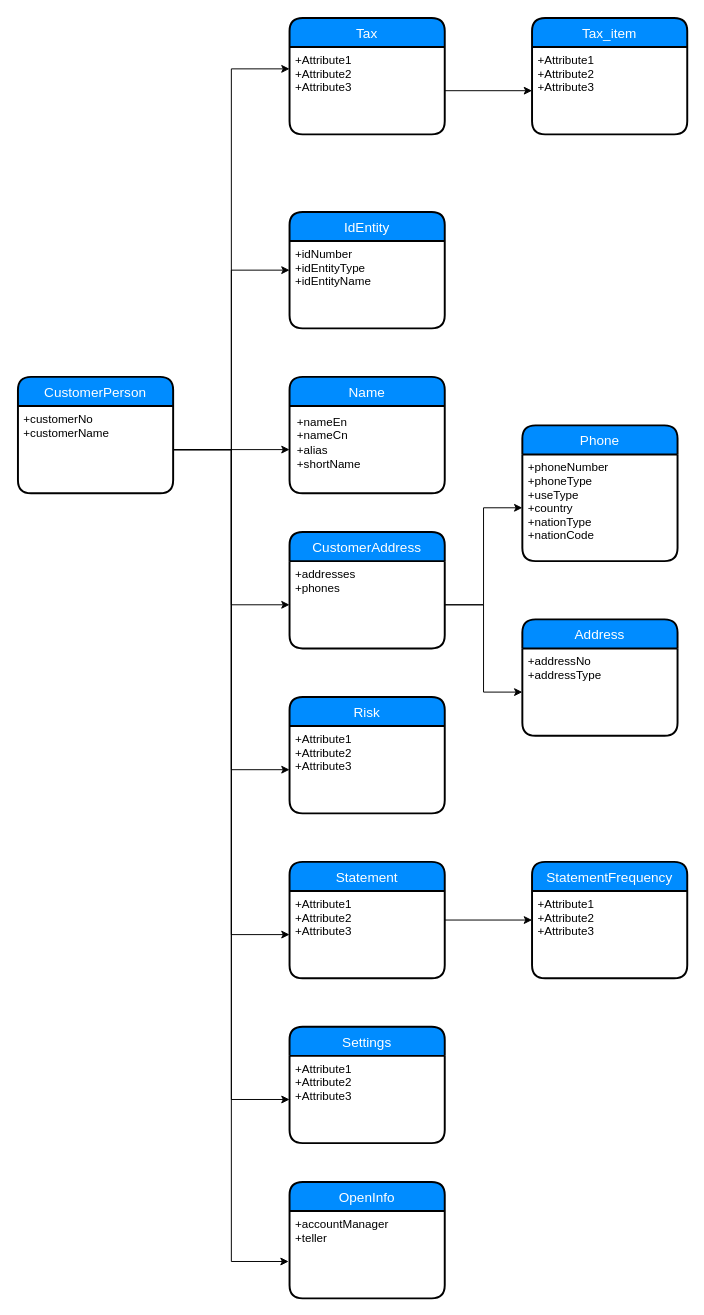
Earlier version of the draw.io diagram page "第 7 页" (7 of 7) of 核心前置系统.drawio (sam1982/draw). Source tidied: cells renumbered, new cells numbered last; positions are measured from the earlier drawing's top-left corner, leaving out a move shared by most shapes. Both pictures are drawn from the tidied source at 97%, with x=0, y=0 at pixel (17, 17).
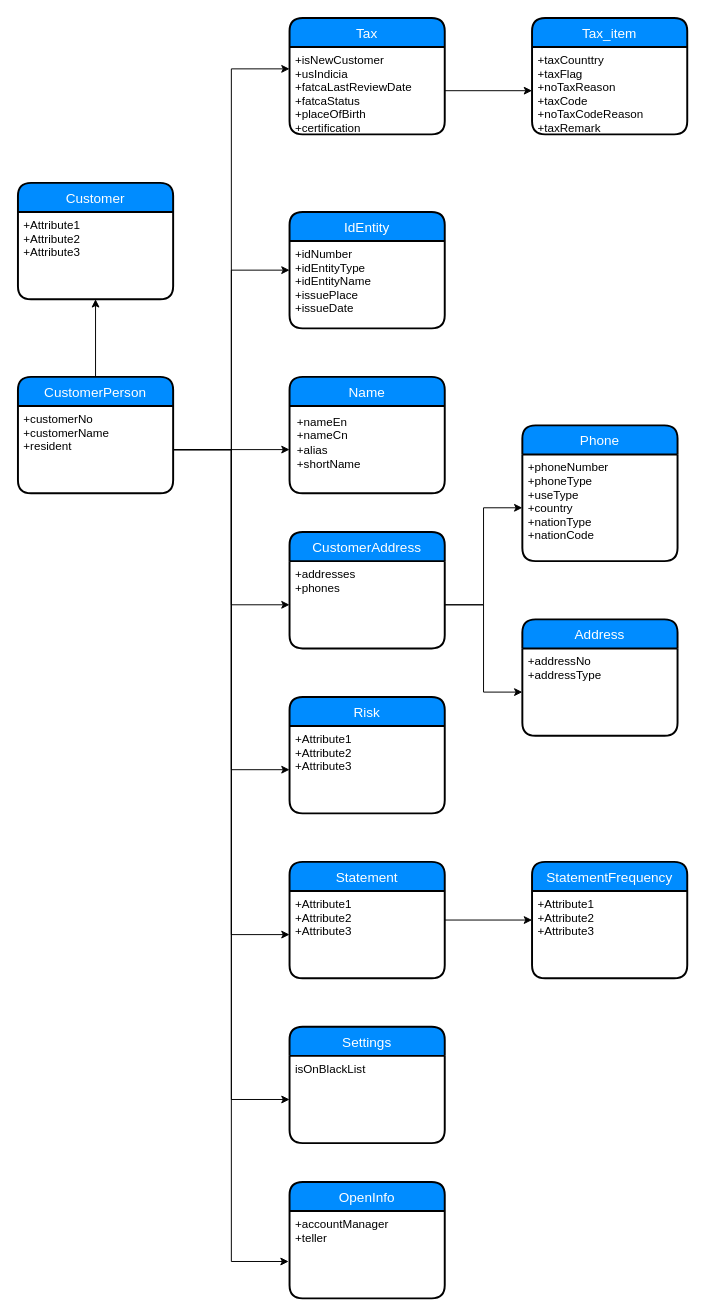
Above is the later version.

Commit message (it also covers changes not shown here):
更新核心前置系统.drawio

The change refers to these unchanged cells:
```xml
<mxCell id="4" value="CustomerPerson" style="swimlane;horizontal=1;startSize=30;fillColor=#008cff;fontColor=#FFFFFF;rounded=1;fontSize=14;fontStyle=0;strokeWidth=2;shadow=0;dashed=0;align=center;" parent="1" vertex="1">
  <mxGeometry y="370" width="160" height="120" as="geometry" />
</mxCell>
<mxCell id="13" value="IdEntity" style="swimlane;horizontal=1;startSize=30;fillColor=#008cff;fontColor=#FFFFFF;rounded=1;fontSize=14;fontStyle=0;strokeWidth=2;shadow=0;dashed=0;align=center;" parent="1" vertex="1">
  <mxGeometry x="280" y="200" width="160" height="120" as="geometry" />
</mxCell>
<mxCell id="24" value="Settings" style="swimlane;horizontal=1;startSize=30;fillColor=#008cff;fontColor=#FFFFFF;rounded=1;fontSize=14;fontStyle=0;strokeWidth=2;shadow=0;dashed=0;align=center;" parent="1" vertex="1">
  <mxGeometry x="280" y="1040" width="160" height="120" as="geometry" />
</mxCell>
<mxCell id="28" value="Tax" style="swimlane;horizontal=1;startSize=30;fillColor=#008cff;fontColor=#FFFFFF;rounded=1;fontSize=14;fontStyle=0;strokeWidth=2;shadow=0;dashed=0;align=center;" parent="1" vertex="1">
  <mxGeometry x="280" width="160" height="120" as="geometry" />
</mxCell>
<mxCell id="30" value="Tax_item" style="swimlane;horizontal=1;startSize=30;fillColor=#008cff;fontColor=#FFFFFF;rounded=1;fontSize=14;fontStyle=0;strokeWidth=2;shadow=0;dashed=0;align=center;" parent="1" vertex="1">
  <mxGeometry x="530" width="160" height="120" as="geometry" />
</mxCell>
```

Change to the diagram source:
```diff
@@
+    <mxCell id="40" style="edgeStyle=orthogonalEdgeStyle;rounded=0;jettySize=auto;html=1;" parent="1" edge="1" source="4" target="42">
+      <mxGeometry relative="1" as="geometry" />
+    </mxCell>
@@
-    <mxCell id="5" value="+customerNo&#10;+customerName&#10;" style="align=left;strokeColor=none;fillColor=none;spacingLeft=4;fontSize=12;verticalAlign=top;" parent="4" vertex="1">
+    <mxCell id="5" value="+customerNo&#10;+customerName&#10;+resident" style="align=left;strokeColor=none;fillColor=none;spacingLeft=4;fontSize=12;verticalAlign=top;" parent="4" vertex="1">
       <mxGeometry y="30" width="160" height="90" as="geometry" />
     </mxCell>
@@
-    <mxCell id="14" value="+idNumber&#10;+idEntityType&#10;+idEntityName&#10;" style="align=left;strokeColor=none;fillColor=none;spacingLeft=4;fontSize=12;verticalAlign=top;" parent="13" vertex="1">
+    <mxCell id="14" value="+idNumber&#10;+idEntityType&#10;+idEntityName&#10;+issuePlace&#10;+issueDate&#10;" style="align=left;strokeColor=none;fillColor=none;spacingLeft=4;fontSize=12;verticalAlign=top;" parent="13" vertex="1">
       <mxGeometry y="30" width="160" height="90" as="geometry" />
     </mxCell>
@@
-    <mxCell id="25" value="+Attribute1&#10;+Attribute2&#10;+Attribute3" style="align=left;strokeColor=none;fillColor=none;spacingLeft=4;fontSize=12;verticalAlign=top;" parent="24" vertex="1">
+    <mxCell id="25" value="isOnBlackList" style="align=left;strokeColor=none;fillColor=none;spacingLeft=4;fontSize=12;verticalAlign=top;" parent="24" vertex="1">
       <mxGeometry y="30" width="160" height="90" as="geometry" />
     </mxCell>
@@
-    <mxCell id="29" value="+Attribute1&#10;+Attribute2&#10;+Attribute3" style="align=left;strokeColor=none;fillColor=none;spacingLeft=4;fontSize=12;verticalAlign=top;" parent="28" vertex="1">
+    <mxCell id="29" value="+isNewCustomer&#10;+usIndicia&#10;+fatcaLastReviewDate&#10;+fatcaStatus&#10;+placeOfBirth&#10;+certification&#10;" style="align=left;strokeColor=none;fillColor=none;spacingLeft=4;fontSize=12;verticalAlign=top;" parent="28" vertex="1">
       <mxGeometry y="30" width="160" height="90" as="geometry" />
     </mxCell>
@@
-    <mxCell id="31" value="+Attribute1&#10;+Attribute2&#10;+Attribute3" style="align=left;strokeColor=none;fillColor=none;spacingLeft=4;fontSize=12;verticalAlign=top;" parent="30" vertex="1">
+    <mxCell id="31" value="+taxCounttry&#10;+taxFlag&#10;+noTaxReason&#10;+taxCode&#10;+noTaxCodeReason&#10;+taxRemark&#10;" style="align=left;strokeColor=none;fillColor=none;spacingLeft=4;fontSize=12;verticalAlign=top;" parent="30" vertex="1">
       <mxGeometry y="30" width="160" height="90" as="geometry" />
     </mxCell>
@@
+    <mxCell id="41" value="Customer" style="swimlane;horizontal=1;startSize=30;fillColor=#008cff;fontColor=#FFFFFF;rounded=1;fontSize=14;fontStyle=0;strokeWidth=2;shadow=0;dashed=0;align=center;" parent="1" vertex="1">
+      <mxGeometry y="170" width="160" height="120" as="geometry" />
+    </mxCell>
+    <mxCell id="42" value="+Attribute1&#10;+Attribute2&#10;+Attribute3" style="align=left;strokeColor=none;fillColor=none;spacingLeft=4;fontSize=12;verticalAlign=top;" parent="41" vertex="1">
+      <mxGeometry y="30" width="160" height="90" as="geometry" />
+    </mxCell>
```
